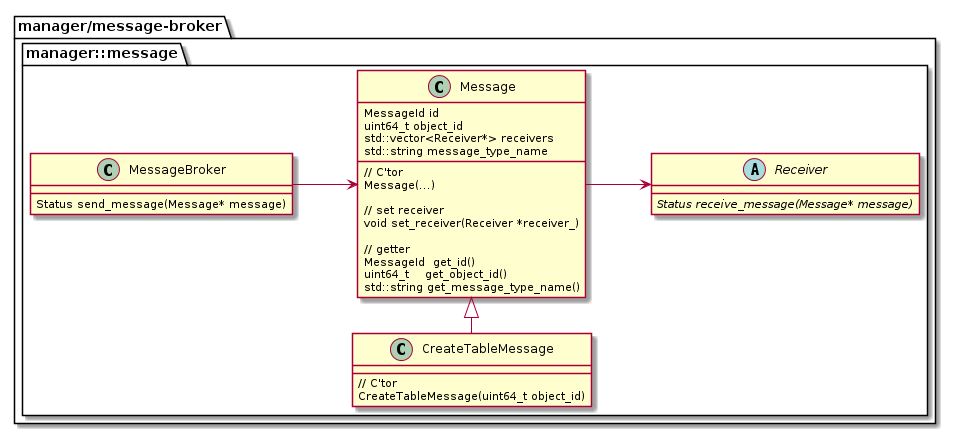
project-tsurugi/tsurugi_fdw keeps this PlantUML diagram as docs/img/out/Message/Message.png. Above is the earlier version.
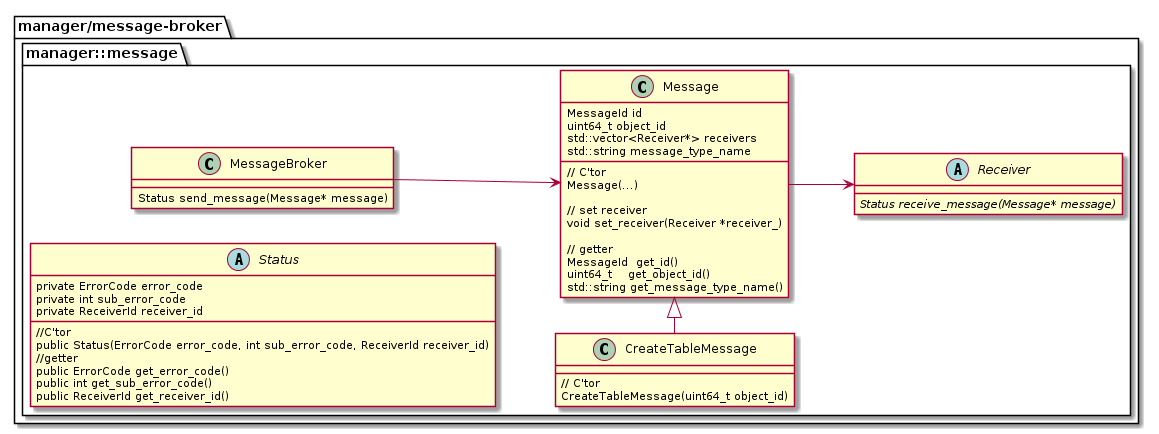
After the commit.

Commit message:
Change a type of sub error code generic type T to int

Diff of the diagram source:
```diff
@@ -33,6 +33,19 @@
       {method}Status send_message(Message* message)
     }
 
+    abstract class Status
+    {
+        {method}//C'tor
+        {method}public Status(ErrorCode error_code, int sub_error_code, ReceiverId receiver_id)
+        {method}//getter
+        {method}public ErrorCode get_error_code()
+        {method}public int get_sub_error_code()
+        {method}public ReceiverId get_receiver_id()
+        {field}private ErrorCode error_code
+        {field}private int sub_error_code
+        {field}private ReceiverId receiver_id
+    }
+
     MessageBroker --> Message
     Message --> Receiver
     CreateTableMessage -|> Message
```
